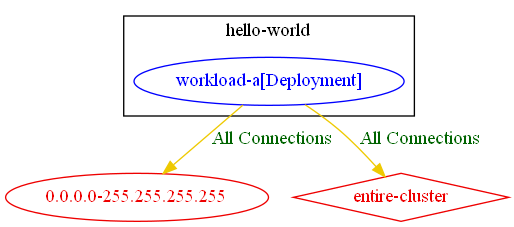
np-guard/netpol-analyzer keeps this Graphviz diagram as test_outputs/connlist/exposure_test_allow_egress_deny_ingress_connlist_output.dot.png. Above is the earlier version. Its source is kept beside it as test_outputs/connlist/exposure_test_allow_egress_deny_ingress_connlist_output.dot. The source it was exported from:
```dot
digraph {
	subgraph "cluster_hello_world" {
		color="black"
		fontcolor="black"
		"hello-world/workload-a[Deployment]" [label="workload-a[Deployment]" color="blue" fontcolor="blue"]
		label="hello-world"
	}
	"0.0.0.0-255.255.255.255" [label="0.0.0.0-255.255.255.255" color="red2" fontcolor="red2"]
	"entire-cluster" [label="entire-cluster" color="red2" fontcolor="red2" shape=diamond]
	"hello-world/workload-a[Deployment]" -> "0.0.0.0-255.255.255.255" [label="All Connections" color="gold2" fontcolor="darkgreen"]
	"hello-world/workload-a[Deployment]" -> "entire-cluster" [label="All Connections" color="gold2" fontcolor="darkgreen"]
}
```
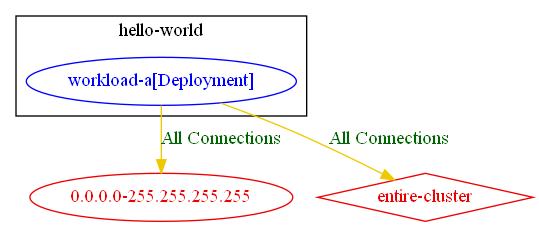
After the commit.

The edit, as a diff of the source:
```diff
@@ -8,5 +8,5 @@
 	"0.0.0.0-255.255.255.255" [label="0.0.0.0-255.255.255.255" color="red2" fontcolor="red2"]
 	"entire-cluster" [label="entire-cluster" color="red2" fontcolor="red2" shape=diamond]
 	"hello-world/workload-a[Deployment]" -> "0.0.0.0-255.255.255.255" [label="All Connections" color="gold2" fontcolor="darkgreen"]
-	"hello-world/workload-a[Deployment]" -> "entire-cluster" [label="All Connections" color="gold2" fontcolor="darkgreen"]
+	"hello-world/workload-a[Deployment]" -> "entire-cluster" [label="All Connections" color="gold2" fontcolor="darkgreen" weight=0.5]
 }
```
